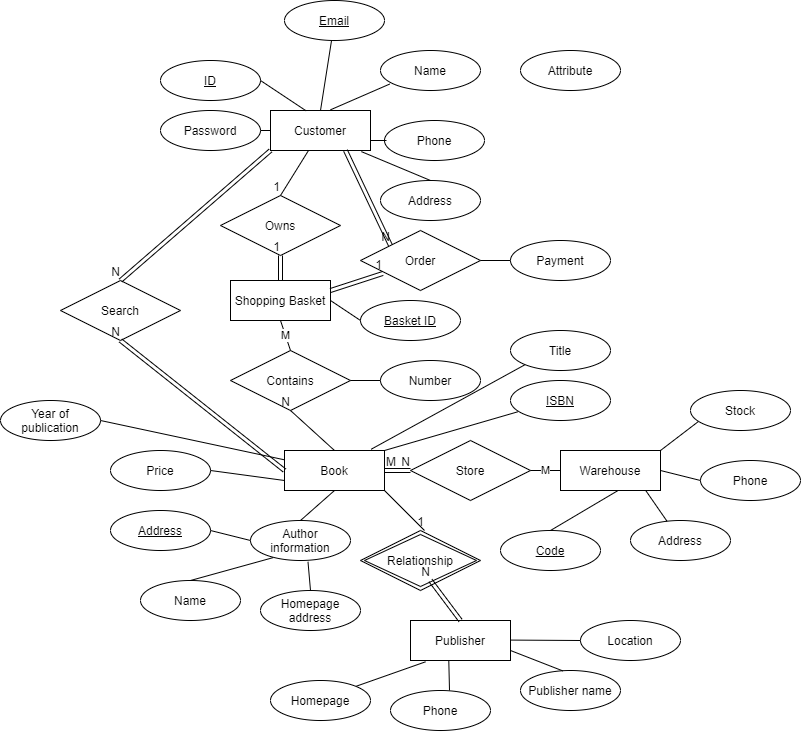
Earlier version of the draw.io export Untitled Diagram.drawio.png (Yudaeun/study2). Source tidied: cells renumbered, new cells last; positions are measured from the earlier drawing's top-left corner, leaving out a move shared by most shapes.
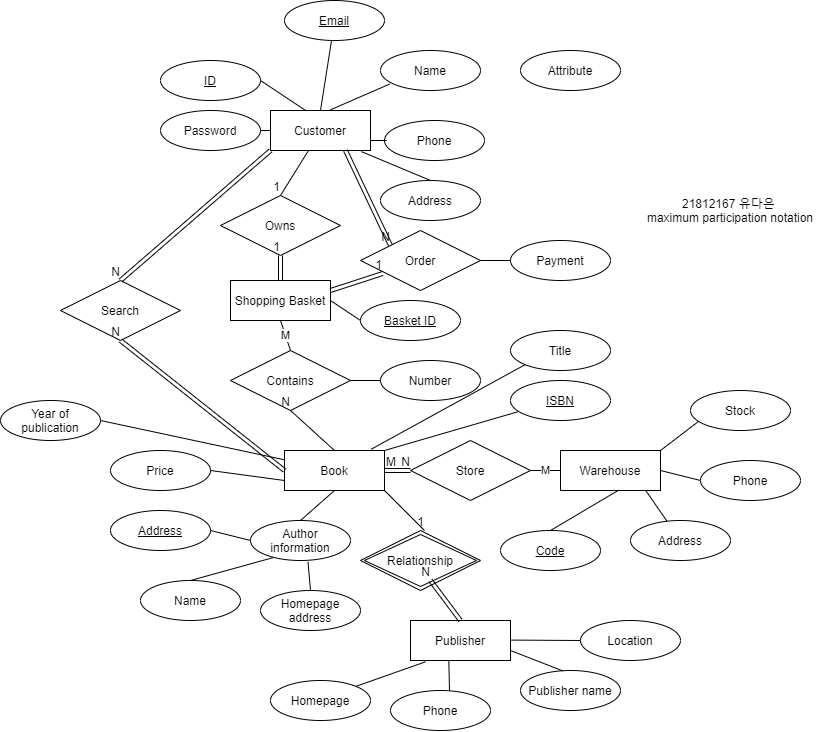
After the commit.

What changed in the source:
```diff
@@ -289,5 +289,8 @@
     <mxCell id="86" value="N" style="html=1;align=right;verticalAlign=bottom;" parent="85" vertex="1">
       <mxGeometry x="1" relative="1" as="geometry" />
     </mxCell>
+    <mxCell id="87" value="21812167 유다은&amp;nbsp;&lt;br&gt;maximum participation notation" style="text;html=1;strokeColor=none;fillColor=none;align=center;verticalAlign=middle;whiteSpace=wrap;rounded=0;" parent="1" vertex="1">
+      <mxGeometry x="640" y="180" width="180" height="60" as="geometry" />
+    </mxCell>
   </root>
 </mxGraphModel>
```
